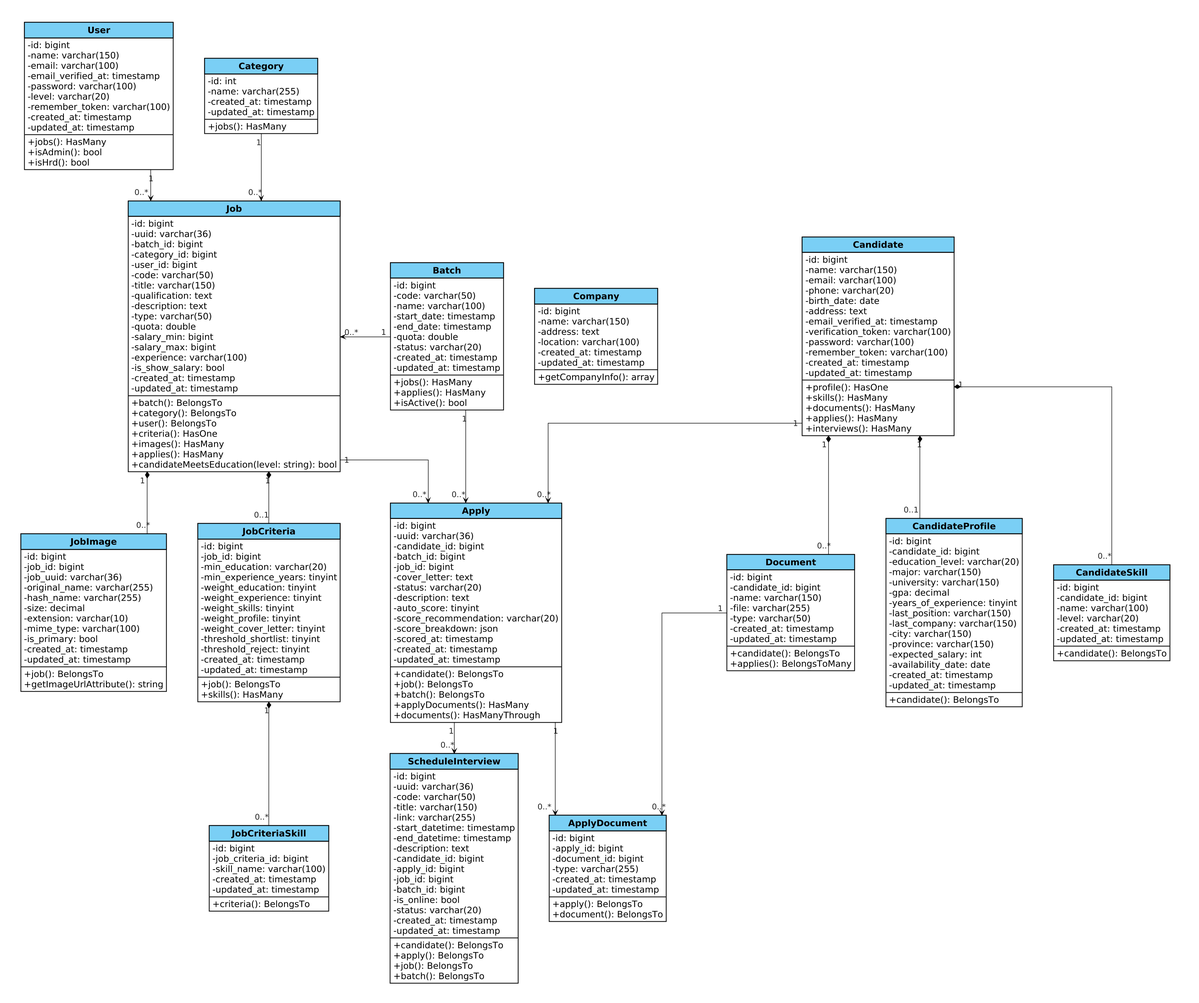
Above: public/assets/diagrams/VP/Class_Diagram_No_Enum copy.png in Madtive-Studio/klinik_keluarga_career (PlantUML), before the change. The source it was exported from:
```plantuml
@startuml
skinparam defaultFontName Arial
skinparam defaultFontSize 17
skinparam dpi 140
skinparam defaultFontColor #000000
skinparam shadowing false
skinparam roundcorner 0
skinparam linetype ortho
skinparam nodesep 60
skinparam ranksep 60

hide circle
skinparam classAttributeIconSize 0

skinparam package {
  BackgroundColor transparent
  BorderColor transparent
  FontColor transparent
  FontSize 1
}

skinparam class {
  BackgroundColor #FFFFFF
  HeaderBackgroundColor #7ACFF5
  BorderColor #000000
  BorderThickness 1.5
  FontColor #000000
  FontSize 19
  FontName Arial
  FontStyle bold
  AttributeFontColor #000000
  AttributeFontSize 17
  AttributeFontName Arial
}

skinparam ArrowColor #000000
skinparam ArrowFontSize 15
skinparam ArrowFontColor #222222

package "Vacancies" {
  class User {
    -id: bigint
    -name: varchar(150)
    -email: varchar(100)
    -email_verified_at: timestamp
    -password: varchar(100)
    -level: varchar(20)
    -remember_token: varchar(100)
    -created_at: timestamp
    -updated_at: timestamp
    __
    +jobs(): HasMany
    +isAdmin(): bool
    +isHrd(): bool
  }

  class Category {
    -id: int
    -name: varchar(255)
    -created_at: timestamp
    -updated_at: timestamp
    __
    +jobs(): HasMany
  }

  class Job {
    -id: bigint
    -uuid: varchar(36)
    -batch_id: bigint
    -category_id: bigint
    -user_id: bigint
    -code: varchar(50)
    -title: varchar(150)
    -qualification: text
    -description: text
    -type: varchar(50)
    -quota: double
    -salary_min: bigint
    -salary_max: bigint
    -experience: varchar(100)
    -is_show_salary: bool
    -created_at: timestamp
    -updated_at: timestamp
    __
    +batch(): BelongsTo
    +category(): BelongsTo
    +user(): BelongsTo
    +criteria(): HasOne
    +images(): HasMany
    +applies(): HasMany
    +candidateMeetsEducation(level: string): bool
  }

  class JobImage {
    -id: bigint
    -job_id: bigint
    -job_uuid: varchar(36)
    -original_name: varchar(255)
    -hash_name: varchar(255)
    -size: decimal
    -extension: varchar(10)
    -mime_type: varchar(100)
    -is_primary: bool
    -created_at: timestamp
    -updated_at: timestamp
    __
    +job(): BelongsTo
    +getImageUrlAttribute(): string
  }

  class JobCriteria {
    -id: bigint
    -job_id: bigint
    -min_education: varchar(20)
    -min_experience_years: tinyint
    -weight_education: tinyint
    -weight_experience: tinyint
    -weight_skills: tinyint
    -weight_profile: tinyint
    -weight_cover_letter: tinyint
    -threshold_shortlist: tinyint
    -threshold_reject: tinyint
    -created_at: timestamp
    -updated_at: timestamp
    __
    +job(): BelongsTo
    +skills(): HasMany
  }

  class JobCriteriaSkill {
    -id: bigint
    -job_criteria_id: bigint
    -skill_name: varchar(100)
    -created_at: timestamp
    -updated_at: timestamp
    __
    +criteria(): BelongsTo
  }
}

package "Selection" {
  class Batch {
    -id: bigint
    -code: varchar(50)
    -name: varchar(100)
    -start_date: timestamp
    -end_date: timestamp
    -quota: double
    -status: varchar(20)
    -created_at: timestamp
    -updated_at: timestamp
    __
    +jobs(): HasMany
    +applies(): HasMany
    +isActive(): bool
  }

  class Company {
    -id: bigint
    -name: varchar(150)
    -address: text
    -location: varchar(100)
    -created_at: timestamp
    -updated_at: timestamp
    __
    +getCompanyInfo(): array
  }

  class Apply {
    -id: bigint
    -uuid: varchar(36)
    -candidate_id: bigint
    -batch_id: bigint
    -job_id: bigint
    -cover_letter: text
    -status: varchar(20)
    -description: text
    -auto_score: tinyint
    -score_recommendation: varchar(20)
    -score_breakdown: json
    -scored_at: timestamp
    -created_at: timestamp
    -updated_at: timestamp
    __
    +candidate(): BelongsTo
    +job(): BelongsTo
    +batch(): BelongsTo
    +applyDocuments(): HasMany
    +documents(): HasManyThrough
  }

  class ApplyDocument {
    -id: bigint
    -apply_id: bigint
    -document_id: bigint
    -type: varchar(255)
    -created_at: timestamp
    -updated_at: timestamp
    __
    +apply(): BelongsTo
    +document(): BelongsTo
  }

  class ScheduleInterview {
    -id: bigint
    -uuid: varchar(36)
    -code: varchar(50)
    -title: varchar(150)
    -link: varchar(255)
    -start_datetime: timestamp
    -end_datetime: timestamp
    -description: text
    -candidate_id: bigint
    -apply_id: bigint
    -job_id: bigint
    -batch_id: bigint
    -is_online: bool
    -status: varchar(20)
    -created_at: timestamp
    -updated_at: timestamp
    __
    +candidate(): BelongsTo
    +apply(): BelongsTo
    +job(): BelongsTo
    +batch(): BelongsTo
  }
}

package "CandidatePkg" {
  class Candidate {
    -id: bigint
    -name: varchar(150)
    -email: varchar(100)
    -phone: varchar(20)
    -birth_date: date
    -address: text
    -email_verified_at: timestamp
    -verification_token: varchar(100)
    -password: varchar(100)
    -remember_token: varchar(100)
    -created_at: timestamp
    -updated_at: timestamp
    __
    +profile(): HasOne
    +skills(): HasMany
    +documents(): HasMany
    +applies(): HasMany
    +interviews(): HasMany
  }

  class CandidateProfile {
    -id: bigint
    -candidate_id: bigint
    -education_level: varchar(20)
    -major: varchar(150)
    -university: varchar(150)
    -gpa: decimal
    -years_of_experience: tinyint
    -last_position: varchar(150)
    -last_company: varchar(150)
    -city: varchar(150)
    -province: varchar(150)
    -expected_salary: int
    -availability_date: date
    -created_at: timestamp
    -updated_at: timestamp
    __
    +candidate(): BelongsTo
  }

  class CandidateSkill {
    -id: bigint
    -candidate_id: bigint
    -name: varchar(100)
    -level: varchar(20)
    -created_at: timestamp
    -updated_at: timestamp
    __
    +candidate(): BelongsTo
  }

  class Document {
    -id: bigint
    -candidate_id: bigint
    -name: varchar(150)
    -file: varchar(255)
    -type: varchar(50)
    -created_at: timestamp
    -updated_at: timestamp
    __
    +candidate(): BelongsTo
    +applies(): BelongsToMany
  }
}

Vacancies -[hidden]right-> Selection
Selection -[hidden]right-> CandidatePkg


User "1" -down-> "0..*" Job
Category "1" -down-> "0..*" Job
Job "1" *-down- "0..*" JobImage
Job "1" *-down- "0..1" JobCriteria
JobCriteria "1" *-down- "0..*" JobCriteriaSkill

Apply "1" -down-> "0..*" ApplyDocument
Apply "1" -down-> "0..*" ScheduleInterview

Candidate "1" *-down- "0..*" Document
Candidate "1" *-down- "0..1" CandidateProfile
Candidate "1" *-down- "0..*" CandidateSkill
Document -[hidden]right-> CandidateProfile
CandidateProfile -[hidden]right-> CandidateSkill


Batch "1" -left-> "0..*" Job

Batch "1" -down-> "0..*" Apply

Job "1" -right-> "0..*" Apply

Candidate "1" -left-> "0..*" Apply

Document "1" -[#000000]down-> "0..*" ApplyDocument
@enduml
```
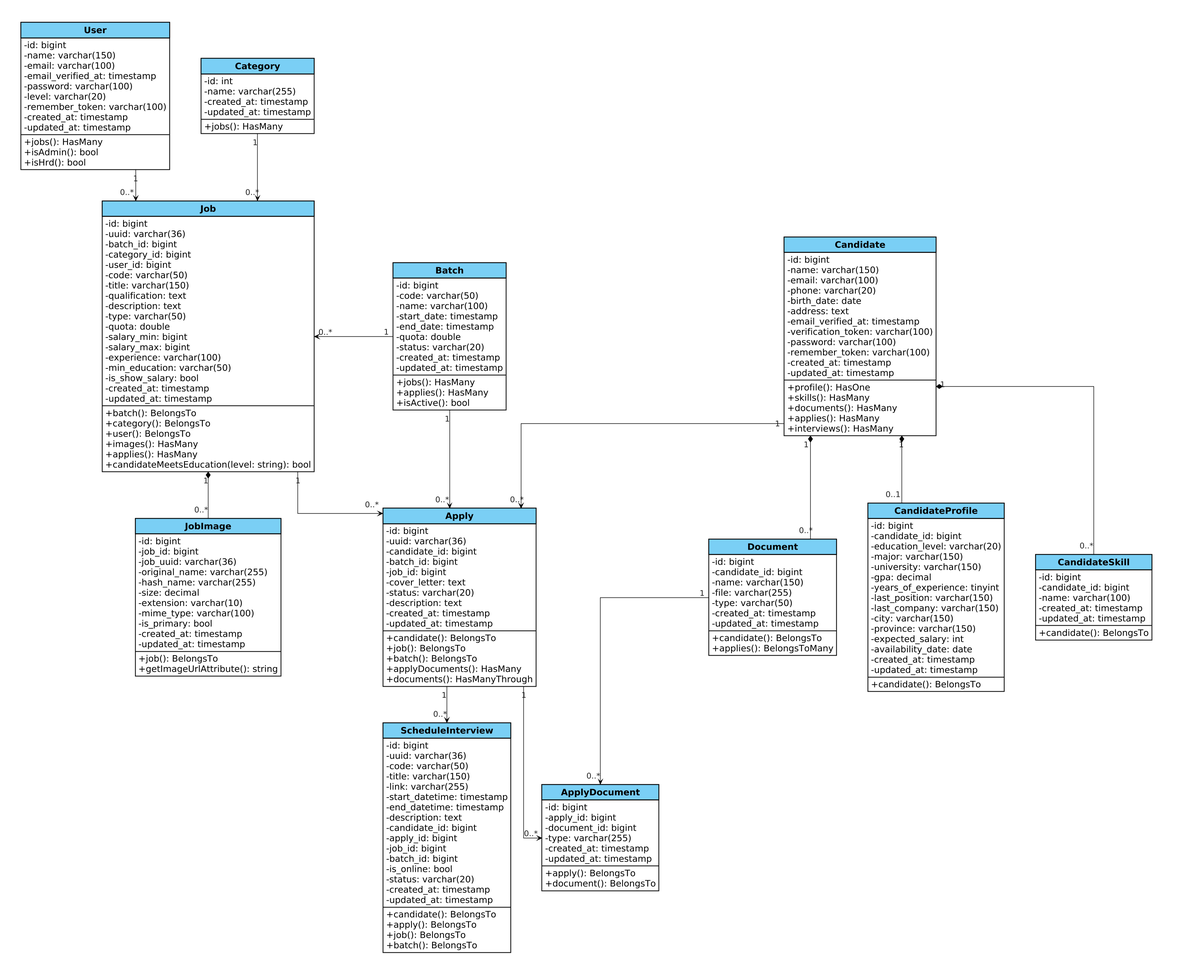
Above is the later version.

Commit message:
docs: re-render class and sequence diagram PNG images

What changed in the source:
```diff
@@ -78,6 +78,7 @@
     -salary_min: bigint
     -salary_max: bigint
     -experience: varchar(100)
+    -min_education: varchar(50)
     -is_show_salary: bool
     -created_at: timestamp
     -updated_at: timestamp
@@ -85,7 +86,6 @@
     +batch(): BelongsTo
     +category(): BelongsTo
     +user(): BelongsTo
-    +criteria(): HasOne
     +images(): HasMany
     +applies(): HasMany
     +candidateMeetsEducation(level: string): bool
@@ -107,35 +107,6 @@
     +job(): BelongsTo
     +getImageUrlAttribute(): string
   }
-
-  class JobCriteria {
-    -id: bigint
-    -job_id: bigint
-    -min_education: varchar(20)
-    -min_experience_years: tinyint
-    -weight_education: tinyint
-    -weight_experience: tinyint
-    -weight_skills: tinyint
-    -weight_profile: tinyint
-    -weight_cover_letter: tinyint
-    -threshold_shortlist: tinyint
-    -threshold_reject: tinyint
-    -created_at: timestamp
-    -updated_at: timestamp
-    __
-    +job(): BelongsTo
-    +skills(): HasMany
-  }
-
-  class JobCriteriaSkill {
-    -id: bigint
-    -job_criteria_id: bigint
-    -skill_name: varchar(100)
-    -created_at: timestamp
-    -updated_at: timestamp
-    __
-    +criteria(): BelongsTo
-  }
 }
 
 package "Selection" {
@@ -155,17 +126,6 @@
     +isActive(): bool
   }
 
-  class Company {
-    -id: bigint
-    -name: varchar(150)
-    -address: text
-    -location: varchar(100)
-    -created_at: timestamp
-    -updated_at: timestamp
-    __
-    +getCompanyInfo(): array
-  }
-
   class Apply {
     -id: bigint
     -uuid: varchar(36)
@@ -175,10 +135,6 @@
     -cover_letter: text
     -status: varchar(20)
     -description: text
-    -auto_score: tinyint
-    -score_recommendation: varchar(20)
-    -score_breakdown: json
-    -scored_at: timestamp
     -created_at: timestamp
     -updated_at: timestamp
     __
@@ -272,7 +228,6 @@
     -id: bigint
     -candidate_id: bigint
     -name: varchar(100)
-    -level: varchar(20)
     -created_at: timestamp
     -updated_at: timestamp
     __
@@ -300,8 +255,6 @@
 User "1" -down-> "0..*" Job
 Category "1" -down-> "0..*" Job
 Job "1" *-down- "0..*" JobImage
-Job "1" *-down- "0..1" JobCriteria
-JobCriteria "1" *-down- "0..*" JobCriteriaSkill
 
 Apply "1" -down-> "0..*" ApplyDocument
 Apply "1" -down-> "0..*" ScheduleInterview
```
